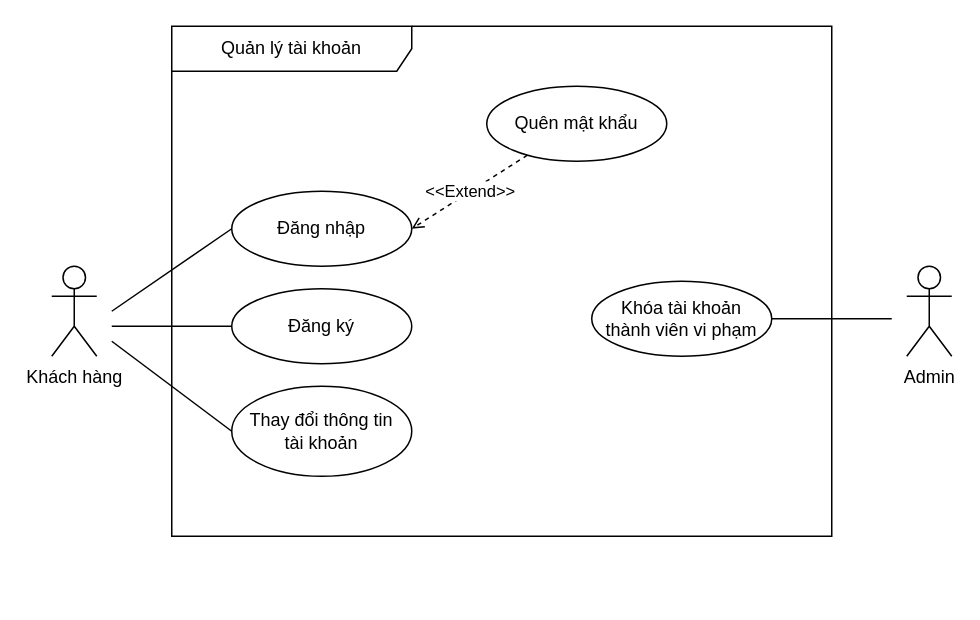
Above: page "QuanLyTaiKhoan" (2 of 9) of usecase.drawio in QuangHuy2201/FinalProject-Diagrams (draw.io), before the change. Source tidied: cells renumbered, new cells numbered last; positions are measured from the earlier drawing's top-left corner, leaving out a move shared by most shapes. Both pictures are drawn from the tidied source at 150%, with x=0, y=0 at pixel (51, 26).
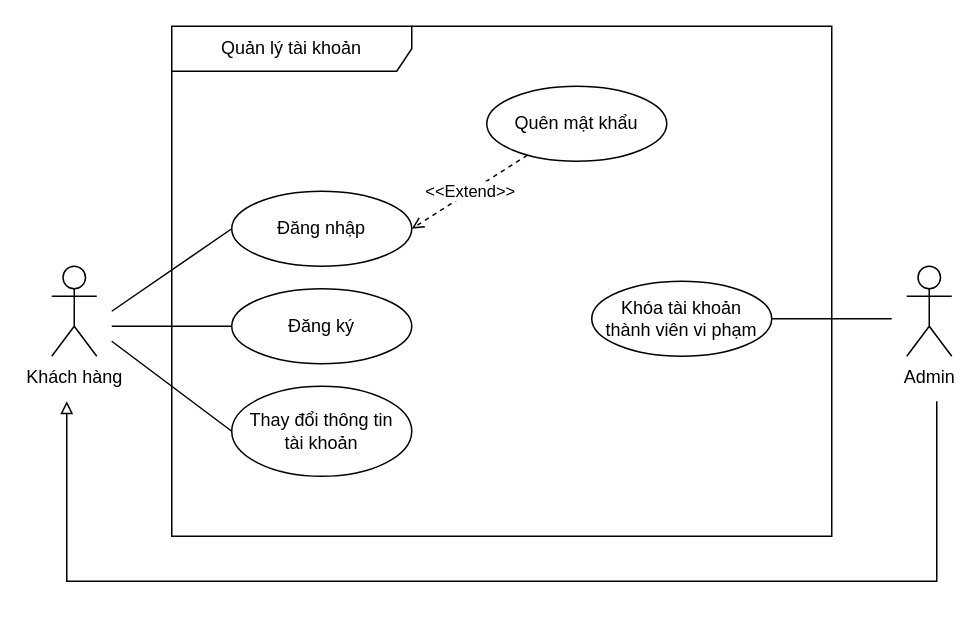
After the change.

Commit message:
Cập nhật usecase.drawio

Diff of the diagram source:
```diff
@@
+    <mxCell id="16" style="edgeStyle=orthogonalEdgeStyle;rounded=0;orthogonalLoop=1;jettySize=auto;html=1;endArrow=block;endFill=0;" parent="1" edge="1">
+      <mxGeometry relative="1" as="geometry">
+        <mxPoint x="590" y="250" as="sourcePoint" />
+        <mxPoint x="10" y="250" as="targetPoint" />
+        <Array as="points">
+          <mxPoint x="585" y="370" />
+          <mxPoint x="11" y="370" />
+        </Array>
+      </mxGeometry>
+    </mxCell>
```
